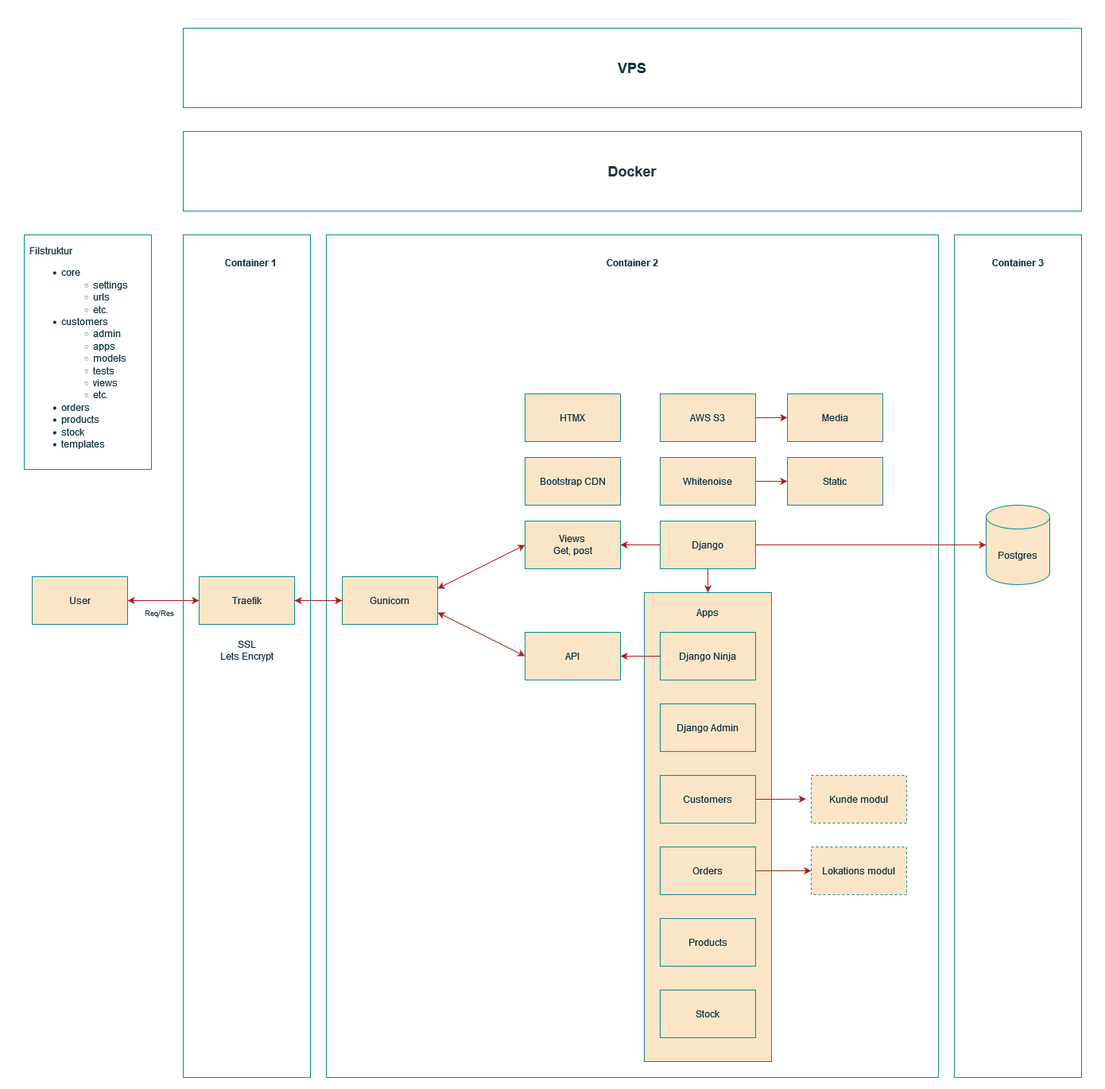
Before: ao_system_design.png, a diagram exported from draw.io (freakspace/ao-demo). Source tidied: cells renumbered, new cells last; positions are measured from the earlier drawing's top-left corner, leaving out a move shared by most shapes. The source it was exported from:
```xml
<mxGraphModel background="#FFFFFF">
  <root>
    <mxCell id="0" />
    <mxCell id="1" parent="0" />
    <mxCell id="2" style="rounded=0;whiteSpace=wrap;html=1;strokeColor=#0F8B8D;fontColor=#143642;fillColor=none;" parent="1" vertex="1">
      <mxGeometry x="1200" y="295" width="160" height="1060" as="geometry" />
    </mxCell>
    <mxCell id="3" style="rounded=0;whiteSpace=wrap;html=1;strokeColor=#0F8B8D;fontColor=#143642;fillColor=none;" parent="1" vertex="1">
      <mxGeometry x="410" y="295" width="770" height="1060" as="geometry" />
    </mxCell>
    <mxCell id="4" style="rounded=0;whiteSpace=wrap;html=1;strokeColor=none;fontColor=#143642;fillColor=none;" parent="1" vertex="1">
      <mxGeometry width="1390" height="1370" as="geometry" />
    </mxCell>
    <mxCell id="5" style="rounded=0;whiteSpace=wrap;html=1;labelBackgroundColor=none;fillColor=#FAE5C7;strokeColor=#0F8B8D;fontColor=#143642;" parent="1" vertex="1">
      <mxGeometry x="810" y="745" width="160" height="590" as="geometry" />
    </mxCell>
    <mxCell id="6" style="edgeStyle=orthogonalEdgeStyle;rounded=0;jettySize=auto;html=1;entryX=1;entryY=0.5;entryDx=0;entryDy=0;labelBackgroundColor=none;strokeColor=#A8201A;fontColor=default;" parent="1" edge="1" source="9" target="18">
      <mxGeometry relative="1" as="geometry" />
    </mxCell>
    <mxCell id="7" style="edgeStyle=orthogonalEdgeStyle;rounded=0;jettySize=auto;html=1;exitX=1;exitY=0.5;exitDx=0;exitDy=0;entryX=0;entryY=0.5;entryDx=0;entryDy=0;entryPerimeter=0;strokeColor=#A8201A;labelBackgroundColor=none;fontColor=default;" parent="1" edge="1" source="9" target="31">
      <mxGeometry relative="1" as="geometry" />
    </mxCell>
    <mxCell id="8" style="edgeStyle=orthogonalEdgeStyle;rounded=0;jettySize=auto;html=1;exitX=0.5;exitY=1;exitDx=0;exitDy=0;entryX=0.5;entryY=0;entryDx=0;entryDy=0;strokeColor=#A8201A;labelBackgroundColor=none;fontColor=default;" parent="1" edge="1" source="9" target="5">
      <mxGeometry relative="1" as="geometry" />
    </mxCell>
    <mxCell id="9" value="Django" style="rounded=0;whiteSpace=wrap;html=1;labelBackgroundColor=none;fillColor=#FAE5C7;strokeColor=#0F8B8D;fontColor=#143642;" parent="1" vertex="1">
      <mxGeometry x="830" y="655" width="120" height="60" as="geometry" />
    </mxCell>
    <mxCell id="10" style="edgeStyle=orthogonalEdgeStyle;rounded=0;jettySize=auto;html=1;entryX=1;entryY=0.5;entryDx=0;entryDy=0;labelBackgroundColor=none;strokeColor=#A8201A;fontColor=default;" parent="1" edge="1" source="11" target="12">
      <mxGeometry relative="1" as="geometry" />
    </mxCell>
    <mxCell id="11" value="Django Ninja" style="rounded=0;whiteSpace=wrap;html=1;labelBackgroundColor=none;fillColor=#FAE5C7;strokeColor=#0F8B8D;fontColor=#143642;" parent="1" vertex="1">
      <mxGeometry x="830" y="795" width="120" height="60" as="geometry" />
    </mxCell>
    <mxCell id="12" value="API" style="rounded=0;whiteSpace=wrap;html=1;labelBackgroundColor=none;fillColor=#FAE5C7;strokeColor=#0F8B8D;fontColor=#143642;" parent="1" vertex="1">
      <mxGeometry x="660" y="795" width="120" height="60" as="geometry" />
    </mxCell>
    <mxCell id="13" value="Django Admin" style="rounded=0;whiteSpace=wrap;html=1;labelBackgroundColor=none;fillColor=#FAE5C7;strokeColor=#0F8B8D;fontColor=#143642;" parent="1" vertex="1">
      <mxGeometry x="830" y="885" width="120" height="60" as="geometry" />
    </mxCell>
    <mxCell id="14" style="edgeStyle=orthogonalEdgeStyle;rounded=0;jettySize=auto;html=1;exitX=1;exitY=0.5;exitDx=0;exitDy=0;entryX=-0.055;entryY=0.495;entryDx=0;entryDy=0;entryPerimeter=0;strokeColor=#A8201A;labelBackgroundColor=none;fontColor=default;" parent="1" edge="1" source="15" target="39">
      <mxGeometry relative="1" as="geometry" />
    </mxCell>
    <mxCell id="15" value="Customers" style="rounded=0;whiteSpace=wrap;html=1;labelBackgroundColor=none;fillColor=#FAE5C7;strokeColor=#0F8B8D;fontColor=#143642;" parent="1" vertex="1">
      <mxGeometry x="830" y="975" width="120" height="60" as="geometry" />
    </mxCell>
    <mxCell id="16" style="edgeStyle=orthogonalEdgeStyle;rounded=0;jettySize=auto;html=1;exitX=1;exitY=0.5;exitDx=0;exitDy=0;entryX=0;entryY=0.5;entryDx=0;entryDy=0;strokeColor=#A8201A;labelBackgroundColor=none;fontColor=default;" parent="1" edge="1" source="17" target="38">
      <mxGeometry relative="1" as="geometry" />
    </mxCell>
    <mxCell id="17" value="Orders" style="rounded=0;whiteSpace=wrap;html=1;labelBackgroundColor=none;fillColor=#FAE5C7;strokeColor=#0F8B8D;fontColor=#143642;" parent="1" vertex="1">
      <mxGeometry x="830" y="1065" width="120" height="60" as="geometry" />
    </mxCell>
    <mxCell id="18" value="Views&lt;br&gt;Get, post" style="rounded=0;whiteSpace=wrap;html=1;labelBackgroundColor=none;fillColor=#FAE5C7;strokeColor=#0F8B8D;fontColor=#143642;" parent="1" vertex="1">
      <mxGeometry x="660" y="655" width="120" height="60" as="geometry" />
    </mxCell>
    <mxCell id="19" value="Apps" style="text;html=1;strokeColor=none;fillColor=none;align=center;verticalAlign=middle;whiteSpace=wrap;rounded=0;labelBackgroundColor=none;fontColor=#143642;" parent="1" vertex="1">
      <mxGeometry x="860" y="755" width="60" height="30" as="geometry" />
    </mxCell>
    <mxCell id="20" value="Static" style="rounded=0;whiteSpace=wrap;html=1;labelBackgroundColor=none;fillColor=#FAE5C7;strokeColor=#0F8B8D;fontColor=#143642;" parent="1" vertex="1">
      <mxGeometry x="990" y="575" width="120" height="60" as="geometry" />
    </mxCell>
    <mxCell id="21" value="Gunicorn" style="rounded=0;whiteSpace=wrap;html=1;labelBackgroundColor=none;fillColor=#FAE5C7;strokeColor=#0F8B8D;fontColor=#143642;" parent="1" vertex="1">
      <mxGeometry x="430" y="725" width="120" height="60" as="geometry" />
    </mxCell>
    <mxCell id="22" value="User" style="rounded=0;whiteSpace=wrap;html=1;labelBackgroundColor=none;fillColor=#FAE5C7;strokeColor=#0F8B8D;fontColor=#143642;" parent="1" vertex="1">
      <mxGeometry x="40" y="725" width="120" height="60" as="geometry" />
    </mxCell>
    <mxCell id="23" value="&lt;font style=&quot;font-size: 9px;&quot;&gt;Req/Res&lt;/font&gt;" style="text;html=1;strokeColor=none;fillColor=none;align=center;verticalAlign=middle;whiteSpace=wrap;rounded=0;labelBackgroundColor=none;fontColor=#143642;" parent="1" vertex="1">
      <mxGeometry x="170" y="755" width="60" height="30" as="geometry" />
    </mxCell>
    <mxCell id="24" style="endArrow=classic;startArrow=classic;html=1;rounded=0;exitX=1;exitY=0.5;exitDx=0;exitDy=0;entryX=0;entryY=0.5;entryDx=0;entryDy=0;strokeColor=#A8201A;labelBackgroundColor=none;fontColor=default;" parent="1" edge="1" source="22" target="25">
      <mxGeometry relative="1" as="geometry" />
    </mxCell>
    <mxCell id="25" value="Traefik" style="rounded=0;whiteSpace=wrap;html=1;labelBackgroundColor=none;fillColor=#FAE5C7;strokeColor=#0F8B8D;fontColor=#143642;" parent="1" vertex="1">
      <mxGeometry x="250" y="725" width="120" height="60" as="geometry" />
    </mxCell>
    <mxCell id="26" style="endArrow=classic;startArrow=classic;html=1;rounded=0;entryX=0;entryY=0.5;entryDx=0;entryDy=0;exitX=1;exitY=0.5;exitDx=0;exitDy=0;strokeColor=#A8201A;labelBackgroundColor=none;fontColor=default;" parent="1" edge="1" source="25">
      <mxGeometry relative="1" as="geometry">
        <mxPoint x="430" y="755" as="targetPoint" />
      </mxGeometry>
    </mxCell>
    <mxCell id="27" style="endArrow=classic;startArrow=classic;html=1;rounded=0;entryX=0;entryY=0.5;entryDx=0;entryDy=0;exitX=1;exitY=0.25;exitDx=0;exitDy=0;strokeColor=#A8201A;labelBackgroundColor=none;fontColor=default;" parent="1" edge="1" source="21" target="18">
      <mxGeometry relative="1" as="geometry" />
    </mxCell>
    <mxCell id="28" style="endArrow=classic;startArrow=classic;html=1;rounded=0;entryX=0;entryY=0.5;entryDx=0;entryDy=0;exitX=1;exitY=0.75;exitDx=0;exitDy=0;strokeColor=#A8201A;labelBackgroundColor=none;fontColor=default;" parent="1" edge="1" source="21" target="12">
      <mxGeometry relative="1" as="geometry" />
    </mxCell>
    <mxCell id="29" style="edgeStyle=orthogonalEdgeStyle;rounded=0;jettySize=auto;html=1;strokeColor=#A8201A;fontColor=#143642;fillColor=#FAE5C7;" parent="1" edge="1" source="30" target="20">
      <mxGeometry relative="1" as="geometry" />
    </mxCell>
    <mxCell id="30" value="Whitenoise" style="rounded=0;whiteSpace=wrap;html=1;labelBackgroundColor=none;fillColor=#FAE5C7;strokeColor=#0F8B8D;fontColor=#143642;" parent="1" vertex="1">
      <mxGeometry x="830" y="575" width="120" height="60" as="geometry" />
    </mxCell>
    <mxCell id="31" value="Postgres" style="shape=cylinder3;whiteSpace=wrap;html=1;boundedLbl=1;backgroundOutline=1;size=15;labelBackgroundColor=none;fillColor=#FAE5C7;strokeColor=#0F8B8D;fontColor=#143642;" parent="1" vertex="1">
      <mxGeometry x="1240" y="635" width="80" height="100" as="geometry" />
    </mxCell>
    <mxCell id="32" value="SSL" style="text;html=1;strokeColor=none;fillColor=none;align=center;verticalAlign=middle;whiteSpace=wrap;rounded=0;labelBackgroundColor=none;fontColor=#143642;" parent="1" vertex="1">
      <mxGeometry x="280" y="795" width="60" height="30" as="geometry" />
    </mxCell>
    <mxCell id="33" value="Bootstrap CDN" style="rounded=0;whiteSpace=wrap;html=1;labelBackgroundColor=none;fillColor=#FAE5C7;strokeColor=#0F8B8D;fontColor=#143642;" parent="1" vertex="1">
      <mxGeometry x="660" y="575" width="120" height="60" as="geometry" />
    </mxCell>
    <mxCell id="34" value="HTMX" style="rounded=0;whiteSpace=wrap;html=1;labelBackgroundColor=none;fillColor=#FAE5C7;strokeColor=#0F8B8D;fontColor=#143642;" parent="1" vertex="1">
      <mxGeometry x="660" y="495" width="120" height="60" as="geometry" />
    </mxCell>
    <mxCell id="35" value="&lt;div align=&quot;left&quot;&gt;Filstruktur&lt;br&gt;&lt;/div&gt;&lt;div align=&quot;left&quot;&gt;&lt;ul&gt;&lt;li&gt;core&lt;/li&gt;&lt;ul&gt;&lt;li&gt;settings&lt;/li&gt;&lt;li&gt;urls&lt;/li&gt;&lt;li&gt;etc.&lt;br&gt;&lt;/li&gt;&lt;/ul&gt;&lt;li&gt;customers&lt;/li&gt;&lt;ul&gt;&lt;li&gt;admin&lt;/li&gt;&lt;li&gt;apps&lt;/li&gt;&lt;li&gt;models&lt;/li&gt;&lt;li&gt;tests&lt;/li&gt;&lt;li&gt;views&lt;/li&gt;&lt;li&gt;etc.&lt;br&gt;&lt;/li&gt;&lt;/ul&gt;&lt;li&gt;orders&lt;/li&gt;&lt;li&gt;products&lt;/li&gt;&lt;li&gt;stock&lt;/li&gt;&lt;li&gt;templates&lt;br&gt;&lt;/li&gt;&lt;/ul&gt;&lt;/div&gt;" style="text;html=1;strokeColor=#0F8B8D;fillColor=none;align=left;verticalAlign=middle;whiteSpace=wrap;rounded=0;perimeterSpacing=5;spacingLeft=5;fontColor=#143642;labelBackgroundColor=none;" parent="1" vertex="1">
      <mxGeometry x="30" y="295" width="160" height="295" as="geometry" />
    </mxCell>
    <mxCell id="36" value="Products" style="rounded=0;whiteSpace=wrap;html=1;labelBackgroundColor=none;fillColor=#FAE5C7;strokeColor=#0F8B8D;fontColor=#143642;" parent="1" vertex="1">
      <mxGeometry x="830" y="1155" width="120" height="60" as="geometry" />
    </mxCell>
    <mxCell id="37" value="Stock" style="rounded=0;whiteSpace=wrap;html=1;labelBackgroundColor=none;fillColor=#FAE5C7;strokeColor=#0F8B8D;fontColor=#143642;" parent="1" vertex="1">
      <mxGeometry x="830" y="1245" width="120" height="60" as="geometry" />
    </mxCell>
    <mxCell id="38" value="Lokations modul" style="rounded=0;whiteSpace=wrap;html=1;dashed=1;strokeColor=#0F8B8D;fillColor=#FAE5C7;fontColor=#143642;labelBackgroundColor=none;" parent="1" vertex="1">
      <mxGeometry x="1020" y="1065" width="120" height="60" as="geometry" />
    </mxCell>
    <mxCell id="39" value="Kunde modul" style="rounded=0;whiteSpace=wrap;html=1;dashed=1;fillColor=#FAE5C7;fontColor=#143642;strokeColor=#0F8B8D;labelBackgroundColor=none;" parent="1" vertex="1">
      <mxGeometry x="1020" y="975" width="120" height="60" as="geometry" />
    </mxCell>
    <mxCell id="40" value="Lets Encrypt" style="rounded=0;whiteSpace=wrap;html=1;strokeColor=#0F8B8D;fontColor=#143642;fillColor=none;" parent="1" vertex="1">
      <mxGeometry x="230" y="295" width="160" height="1060" as="geometry" />
    </mxCell>
    <mxCell id="41" value="&lt;font style=&quot;font-size: 18px;&quot;&gt;&lt;b&gt;Docker&lt;/b&gt;&lt;/font&gt;" style="rounded=0;whiteSpace=wrap;html=1;strokeColor=#0F8B8D;fontColor=#143642;fillColor=none;" parent="1" vertex="1">
      <mxGeometry x="230" y="165" width="1130" height="100" as="geometry" />
    </mxCell>
    <mxCell id="42" value="&lt;font size=&quot;1&quot;&gt;&lt;b style=&quot;font-size: 18px;&quot;&gt;VPS&lt;/b&gt;&lt;/font&gt;" style="rounded=0;whiteSpace=wrap;html=1;strokeColor=#0F8B8D;fontColor=#143642;fillColor=none;" parent="1" vertex="1">
      <mxGeometry x="230" y="35" width="1130" height="100" as="geometry" />
    </mxCell>
    <mxCell id="43" value="Container 1" style="text;html=1;strokeColor=none;fillColor=none;align=center;verticalAlign=middle;whiteSpace=wrap;rounded=0;fontColor=#143642;fontStyle=1;" parent="1" vertex="1">
      <mxGeometry x="280" y="315" width="70" height="30" as="geometry" />
    </mxCell>
    <mxCell id="44" value="Container 2" style="text;html=1;strokeColor=none;fillColor=none;align=center;verticalAlign=middle;whiteSpace=wrap;rounded=0;fontColor=#143642;fontStyle=1;" parent="1" vertex="1">
      <mxGeometry x="760" y="315" width="70" height="30" as="geometry" />
    </mxCell>
    <mxCell id="45" value="Container 3" style="text;html=1;strokeColor=none;fillColor=none;align=center;verticalAlign=middle;whiteSpace=wrap;rounded=0;fontColor=#143642;fontStyle=1;" parent="1" vertex="1">
      <mxGeometry x="1245" y="315" width="70" height="30" as="geometry" />
    </mxCell>
    <mxCell id="46" style="edgeStyle=orthogonalEdgeStyle;rounded=0;jettySize=auto;html=1;strokeColor=#A8201A;fontColor=#143642;fillColor=#FAE5C7;" parent="1" edge="1" source="47" target="48">
      <mxGeometry relative="1" as="geometry" />
    </mxCell>
    <mxCell id="47" value="AWS S3" style="rounded=0;whiteSpace=wrap;html=1;labelBackgroundColor=none;fillColor=#FAE5C7;strokeColor=#0F8B8D;fontColor=#143642;" parent="1" vertex="1">
      <mxGeometry x="830" y="495" width="120" height="60" as="geometry" />
    </mxCell>
    <mxCell id="48" value="Media" style="rounded=0;whiteSpace=wrap;html=1;labelBackgroundColor=none;fillColor=#FAE5C7;strokeColor=#0F8B8D;fontColor=#143642;" parent="1" vertex="1">
      <mxGeometry x="990" y="495" width="120" height="60" as="geometry" />
    </mxCell>
  </root>
</mxGraphModel>
```
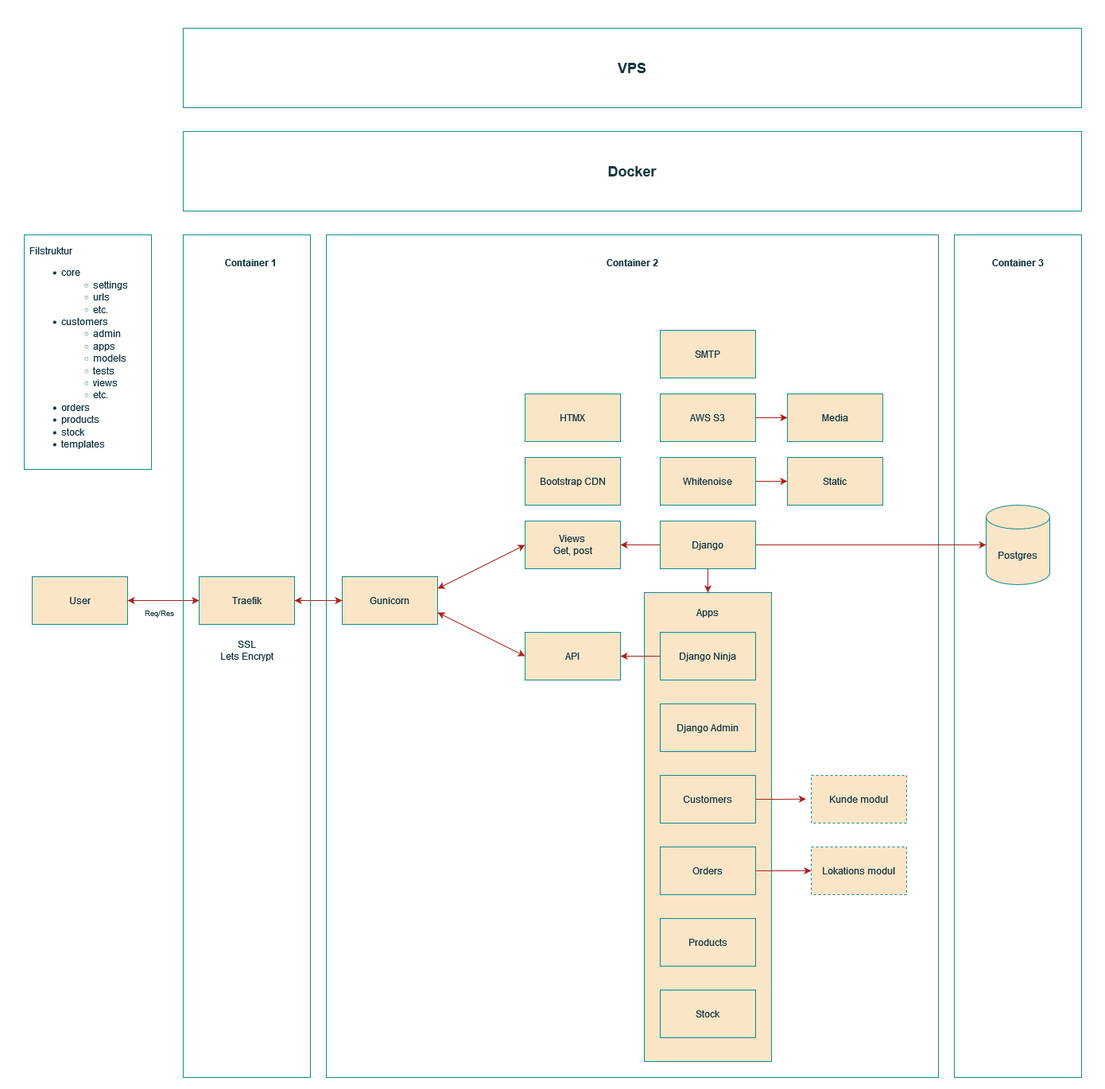
The same diagram one commit later.

Commit message:
Update system design

Change to the diagram source:
```diff
@@ -145,5 +145,8 @@
     <mxCell id="48" value="Media" style="rounded=0;whiteSpace=wrap;html=1;labelBackgroundColor=none;fillColor=#FAE5C7;strokeColor=#0F8B8D;fontColor=#143642;" parent="1" vertex="1">
       <mxGeometry x="990" y="495" width="120" height="60" as="geometry" />
     </mxCell>
+    <mxCell id="49" value="SMTP" style="rounded=0;whiteSpace=wrap;html=1;labelBackgroundColor=none;fillColor=#FAE5C7;strokeColor=#0F8B8D;fontColor=#143642;" parent="1" vertex="1">
+      <mxGeometry x="830" y="415" width="120" height="60" as="geometry" />
+    </mxCell>
   </root>
 </mxGraphModel>
```
